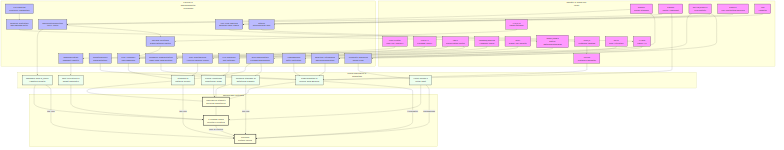
Above: docs/figures/scoliosis_mechanism_map.png in sayuj1989-ops/life (Mermaid), before the change. Its source is kept beside it as docs/figures/scoliosis_mechanism_map.mmd.
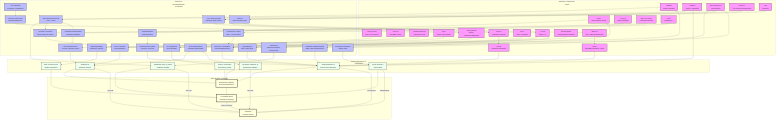
The same diagram one commit later.

Commit message:
Add Glymphatic Stasis (AQP4) pathway to scoliosis mechanism map (#453)

The edit, as a diff of the source:
```diff
@@ -20,7 +20,7 @@
         RUNX3[RUNX3/EGR3<br/>Proprioceptive Identity]
         METTL3[METTL3<br/>m6A Methyltransferase]
         ESR1[ESR1<br/>Estrogen Receptor Alpha]
-        SELENON[SELENON<br/>Selenoprotein N]
+        AQP4[AQP4<br/>Aquaporin-4]
     end
 
     subgraph Processes [Cellular & Developmental Processes]
@@ -43,7 +43,7 @@
         Circadian_Entrain[Circadian Entrainment<br/>Loading Zeitgeber]
         Proprio_Maint[Proprioceptive Maint.<br/>Sensory Survival]
         H3K9me3[H3K9me3<br/>Heterochromatin Compaction]
-        ER_Ca[ER Calcium<br/>Redox Handling]
+        Glymphatic_Stasis[Glymphatic Stasis<br/>Toxic Accumulation]
     end
 
     subgraph Tissue [Tissue Mechanics & Properties]
@@ -125,7 +125,7 @@
     Degradation --> Torsional_Stiffness
     Torsional_Stiffness --> Stability
 
-    Hydraulic_Congestion --> Glymphatic_Stasis
+    AQP4 --> Glymphatic_Stasis
     Glymphatic_Stasis --> Astrogliosis
 
     Stability --> S_Curve
@@ -152,10 +152,7 @@
     LAMIN --> H3K9me3
     H3K9me3 --> Gain
 
-    SELENON --> ER_Ca
-    ER_Ca --> Muscle_Tone
-
-    class HOX,COL,PIEZO1,PIEZO2,CILIA,LBX1,ADGRG6,PTK7,YAP,PKD2L1,MMP,URP,UTS2R,GFAP,VIM,LAMIN,BMAL1,RUNX3,METTL3,ESR1,SELENON gene;
-    class Region,ECM_Assembly,Mech_Trans,Sym_Break,Neur_Diff,Muscle_Diff,Disc_Maint,PCP_Sig,Nucl_Shuttle,CSF_Sensing,Degradation,Astrogliosis,mtROS,Adipogenesis,Hydraulic_Congestion,Immune_Infilt,Circadian_Entrain,Proprio_Maint,H3K9me3,ER_Ca process;
+    class HOX,COL,PIEZO1,PIEZO2,CILIA,LBX1,ADGRG6,PTK7,YAP,PKD2L1,MMP,URP,UTS2R,GFAP,VIM,LAMIN,BMAL1,RUNX3,METTL3,ESR1,AQP4 gene;
+    class Region,ECM_Assembly,Mech_Trans,Sym_Break,Neur_Diff,Muscle_Diff,Disc_Maint,PCP_Sig,Nucl_Shuttle,CSF_Sensing,Degradation,Astrogliosis,mtROS,Adipogenesis,Hydraulic_Congestion,Immune_Infilt,Circadian_Entrain,Proprio_Maint,H3K9me3,Glymphatic_Stasis process;
     class Rest_Kappa,Stiffness,Torsional_Stiffness,Gain,Torsion,Muscle_Tone,Anisotropy tissue;
     class S_Curve,Stability,Scoliosis outcome;
```
